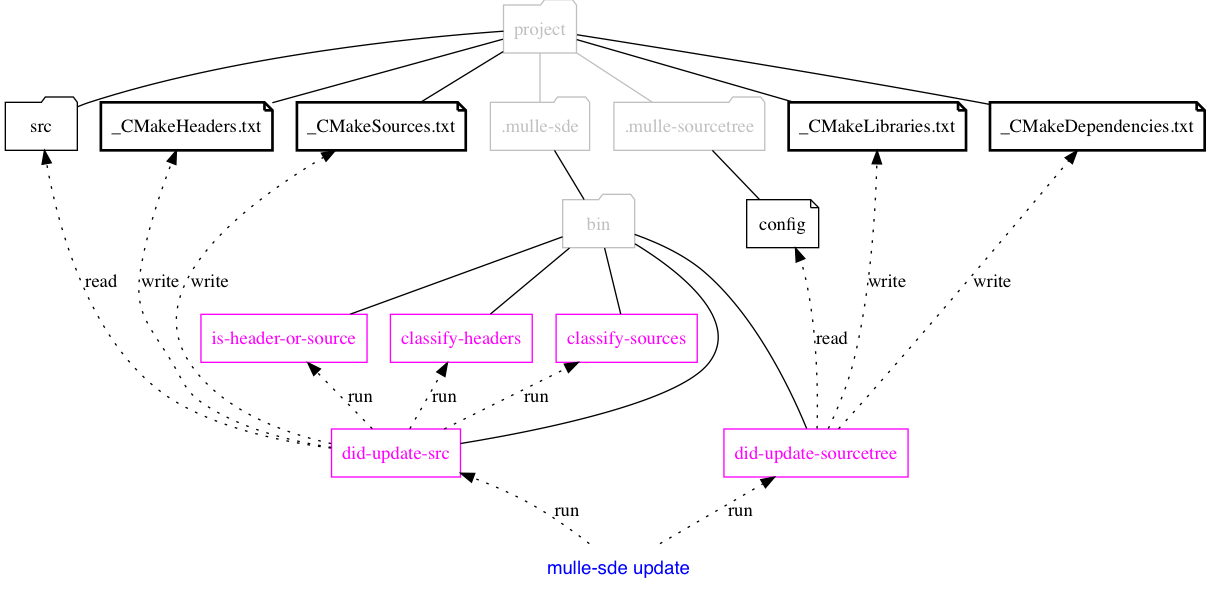
Before: dox/mulle-sde-update.png, a diagram exported from Graphviz (mulle-sde/mulle-sde). Its source is kept beside it as dox/mulle-sde-update.dot.
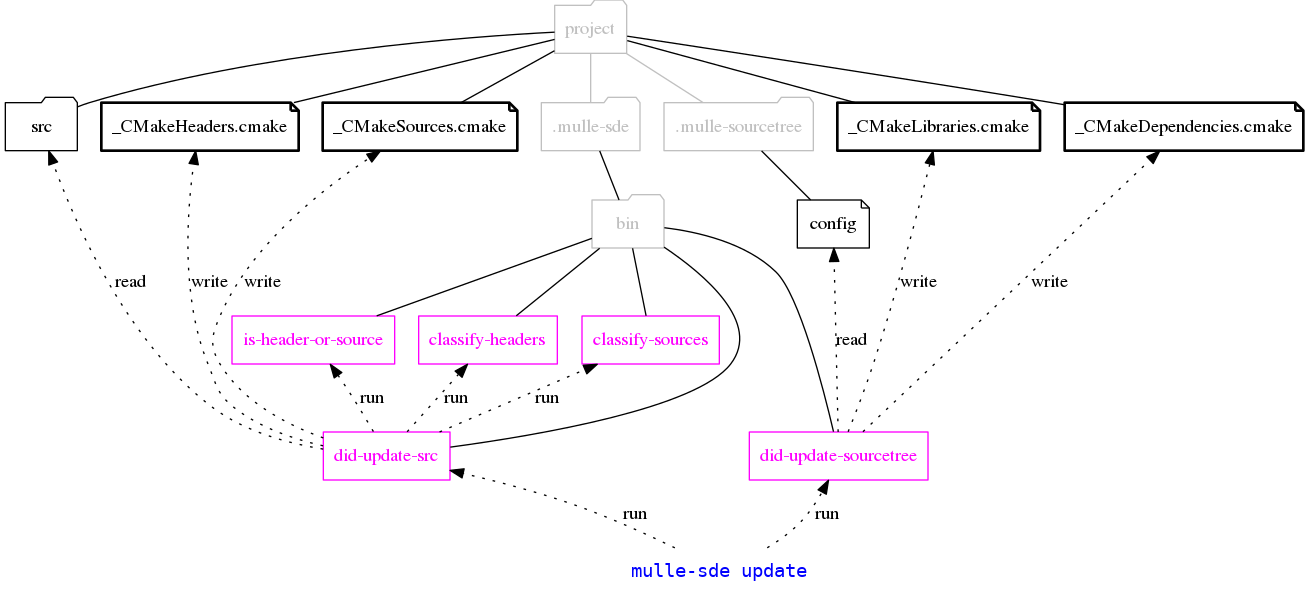
The same file after the commit.

What changed in the source:
```diff
@@ -4,40 +4,40 @@
     node[shape=record];
 
     { rank = same;  "project" };
-    { rank = same;  "src", ".mulle-sde" ".mulle-sourcetree", "_CMakeHeaders.txt", "_CMakeSources.txt", "_CMakeLibraries.txt", "_CMakeDependencies.txt"};
+    { rank = same;  "src", ".mulle-sde" ".mulle-sourcetree", "_CMakeHeaders.cmake", "_CMakeSources.cmake", "_CMakeLibraries.cmake", "_CMakeDependencies.cmake"};
     { rank = same;  "bin", "config"}
     { rank = same;  "is-header-or-source", "classify-headers", "classify-sources" };
     { rank = same;  "did-update-src", "did-update-sourcetree" };
     { rank = last;  "mulle-sde update" };
 
-    "_CMakeHeaders.txt"      [ shape="note", penwidth="2" ]
-    "_CMakeSources.txt"      [ shape="note", penwidth="2"]
-    "_CMakeDependencies.txt" [ shape="note", penwidth="2"]
-    "_CMakeLibraries.txt"    [ shape="note", penwidth="2"]
+    "_CMakeHeaders.cmake"      [ shape="note", penwidth="2" ]
+    "_CMakeSources.cmake"      [ shape="note", penwidth="2" ]
+    "_CMakeDependencies.cmake" [ shape="note", penwidth="2" ]
+    "_CMakeLibraries.cmake"    [ shape="note", penwidth="2" ]
 
-    "did-update-src"         [ shape="box", color="magenta", fontcolor="magenta" ]
-    "did-update-sourcetree"  [ shape="box", color="magenta", fontcolor="magenta" ]
-    "is-header-or-source"    [ shape="box", color="magenta", fontcolor="magenta" ]
-    "classify-headers"       [ shape="box", color="magenta", fontcolor="magenta" ]
-    "classify-sources"       [ shape="box", color="magenta", fontcolor="magenta" ]
+    "did-update-src"           [ shape="box", color="magenta", fontcolor="magenta" ]
+    "did-update-sourcetree"    [ shape="box", color="magenta", fontcolor="magenta" ]
+    "is-header-or-source"      [ shape="box", color="magenta", fontcolor="magenta" ]
+    "classify-headers"         [ shape="box", color="magenta", fontcolor="magenta" ]
+    "classify-sources"         [ shape="box", color="magenta", fontcolor="magenta" ]
 
-    "project"           [ shape="folder", color="gray", fontcolor="gray" ]
-    "project" -> "src"  [ arrowhead="none" ]
-    "project" -> ".mulle-sde" [ arrowhead="none", color="gray", fontcolor="gray" ]
-    "project" -> ".mulle-sourcetree" [ arrowhead="none", color="gray", fontcolor="gray" ]
-    "project" -> "_CMakeHeaders.txt" [ arrowhead="none" ]
-    "project" -> "_CMakeSources.txt" [ arrowhead="none" ]
-    "project" -> "_CMakeDependencies.txt" [ arrowhead="none" ]
-    "project" -> "_CMakeLibraries.txt" [ arrowhead="none" ]
+    "project"                              [ shape="folder", color="gray", fontcolor="gray" ]
+    "project" -> "src"                      [ arrowhead="none" ]
+    "project" -> ".mulle-sde"               [ arrowhead="none", color="gray", fontcolor="gray" ]
+    "project" -> ".mulle-sourcetree"        [ arrowhead="none", color="gray", fontcolor="gray" ]
+    "project" -> "_CMakeHeaders.cmake"      [ arrowhead="none" ]
+    "project" -> "_CMakeSources.cmake"      [ arrowhead="none" ]
+    "project" -> "_CMakeDependencies.cmake" [ arrowhead="none" ]
+    "project" -> "_CMakeLibraries.cmake"    [ arrowhead="none" ]
 
     "src"               [ shape="folder"]
-    ".mulle-sde"        [ shape="folder", color="gray", fontcolor="gray"]
-    ".mulle-sourcetree" [ shape="folder", color="gray", fontcolor="gray"]
-    "bin"               [ shape="folder", color="gray", fontcolor="gray"]
+    ".mulle-sde"        [ shape="folder", color="gray", fontcolor="gray" ]
+    ".mulle-sourcetree" [ shape="folder", color="gray", fontcolor="gray" ]
+    "bin"               [ shape="folder", color="gray", fontcolor="gray" ]
     "config"            [ shape="note" ]
 
-    "mulle-sde update" [ shape="none", fontname="monospace", fontcolor="blue"]
-    "is-header-or-source"   -> "did-update-src"   [ style="invis" ]
+    "mulle-sde update"  [ shape="none", fontname="monospace", fontcolor="blue"]
+    "is-header-or-source"   -> "did-update-src"     [ style="invis" ]
     "did-update-src"        -> "mulle-sde update"   [ style="invis" ]
     "did-update-sourcetree" -> "mulle-sde update"   [ style="invis" ]
 
@@ -54,14 +54,14 @@
     "mulle-sde update"  -> "did-update-src"        [ style="dotted", label="run" ]
     "mulle-sde update"  -> "did-update-sourcetree" [ style="dotted", label="run"]
 
-    "did-update-src" -> "_CMakeHeaders.txt"   [ style="dotted", label="write" ]
+    "did-update-src" -> "_CMakeHeaders.cmake"   [ style="dotted", label="write" ]
     "did-update-src" -> "is-header-or-source" [ style="dotted", label="run" ]
-    "did-update-src" -> "_CMakeSources.txt"   [ style="dotted", label="write" ]
+    "did-update-src" -> "_CMakeSources.cmake"   [ style="dotted", label="write" ]
     "did-update-src" -> "classify-headers"    [ style="dotted", label="run" ]
     "did-update-src" -> "classify-sources"    [ style="dotted", label="run" ]
 
-    "did-update-sourcetree" -> "_CMakeDependencies.txt" [ style="dotted", label="write" ]
-    "did-update-sourcetree" -> "_CMakeLibraries.txt"    [ style="dotted", label="write" ]
+    "did-update-sourcetree" -> "_CMakeDependencies.cmake" [ style="dotted", label="write" ]
+    "did-update-sourcetree" -> "_CMakeLibraries.cmake"    [ style="dotted", label="write" ]
 
     "did-update-src"        -> "src"       [ style="dotted", label="read" ]
     "did-update-sourcetree" -> "config"    [ style="dotted", label="read" ]
```
